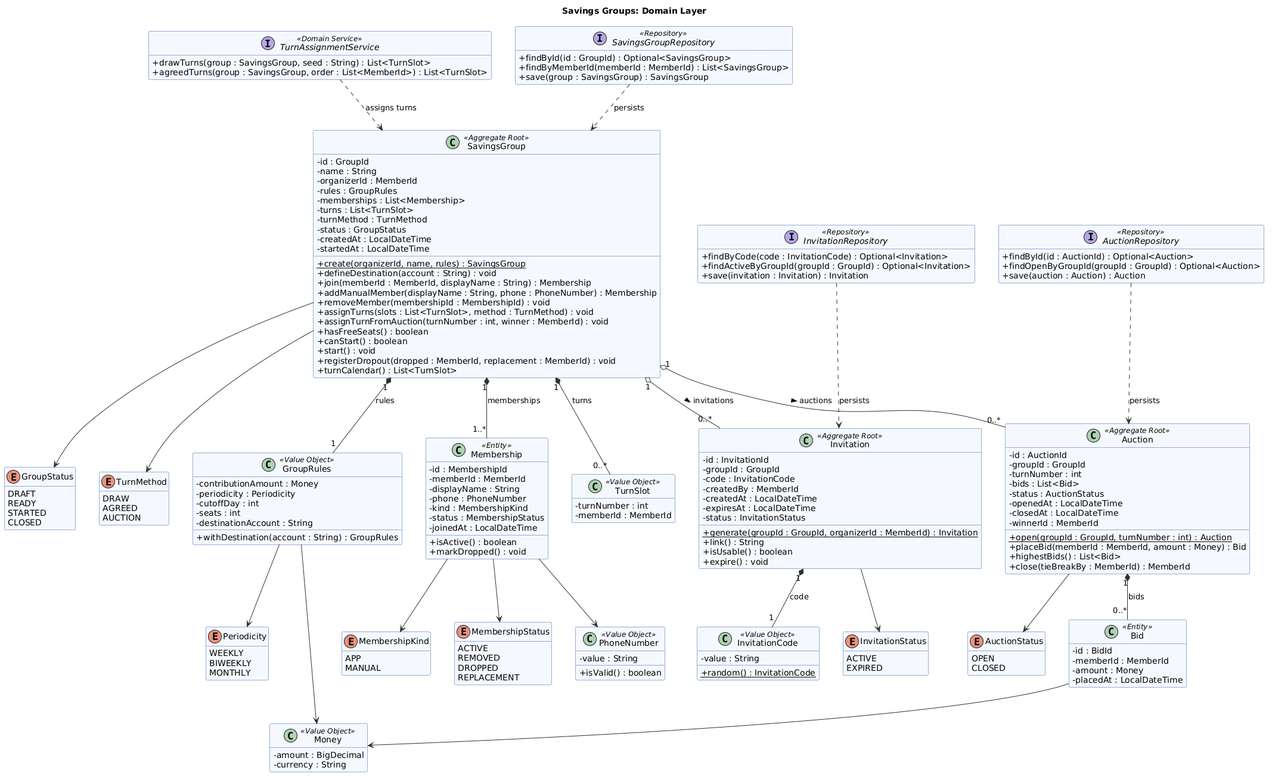
Above: docs/images/chapter_2/uml_savings_groups_domain.png in kerolabs/pozzo-doc (PlantUML), before the change. Its diagram source:
```plantuml
@startuml savings-groups-domain
title Savings Groups: Domain Layer

skinparam classAttributeIconSize 0
skinparam shadowing false
skinparam nodesep 40
skinparam ranksep 60
skinparam class {
  BackgroundColor #F5F9FF
  BorderColor #305BAB
  ArrowColor #313131
}
skinparam enum {
  BackgroundColor #FFFFFF
  BorderColor #8A8A7E
}
skinparam interface {
  BackgroundColor #FFFFFF
  BorderColor #8A8A7E
}
hide empty members

  class SavingsGroup <<Aggregate Root>> {
    - id : GroupId
    - name : String
    - organizerId : MemberId
    - rules : GroupRules
    - memberships : List<Membership>
    - turns : List<TurnSlot>
    - turnMethod : TurnMethod
    - status : GroupStatus
    - createdAt : LocalDateTime
    - startedAt : LocalDateTime
    + create(organizerId, name, rules) : SavingsGroup {static}
    + defineDestination(account : String) : void
    + join(memberId : MemberId, displayName : String) : Membership
    + addManualMember(displayName : String, phone : PhoneNumber) : Membership
    + removeMember(membershipId : MembershipId) : void
    + assignTurns(slots : List<TurnSlot>, method : TurnMethod) : void
    + assignTurnFromAuction(turnNumber : int, winner : MemberId) : void
    + hasFreeSeats() : boolean
    + canStart() : boolean
    + start() : void
    + registerDropout(dropped : MemberId, replacement : MemberId) : void
    + turnCalendar() : List<TurnSlot>
  }

  class Invitation <<Aggregate Root>> {
    - id : InvitationId
    - groupId : GroupId
    - code : InvitationCode
    - createdBy : MemberId
    - createdAt : LocalDateTime
    - expiresAt : LocalDateTime
    - status : InvitationStatus
    + generate(groupId : GroupId, organizerId : MemberId) : Invitation {static}
    + link() : String
    + isUsable() : boolean
    + expire() : void
  }

  class Auction <<Aggregate Root>> {
    - id : AuctionId
    - groupId : GroupId
    - turnNumber : int
    - bids : List<Bid>
    - status : AuctionStatus
    - openedAt : LocalDateTime
    - closedAt : LocalDateTime
    - winnerId : MemberId
    + open(groupId : GroupId, turnNumber : int) : Auction {static}
    + placeBid(memberId : MemberId, amount : Money) : Bid
    + highestBids() : List<Bid>
    + close(tieBreakBy : MemberId) : MemberId
  }

  class Membership <<Entity>> {
    - id : MembershipId
    - memberId : MemberId
    - displayName : String
    - phone : PhoneNumber
    - kind : MembershipKind
    - status : MembershipStatus
    - joinedAt : LocalDateTime
    + isActive() : boolean
    + markDropped() : void
  }

  class Bid <<Entity>> {
    - id : BidId
    - memberId : MemberId
    - amount : Money
    - placedAt : LocalDateTime
  }

  class GroupRules <<Value Object>> {
    - contributionAmount : Money
    - periodicity : Periodicity
    - cutoffDay : int
    - seats : int
    - destinationAccount : String
    + withDestination(account : String) : GroupRules
  }
  class TurnSlot <<Value Object>> {
    - turnNumber : int
    - memberId : MemberId
  }
  class InvitationCode <<Value Object>> {
    - value : String
    + random() : InvitationCode {static}
  }
  class PhoneNumber <<Value Object>> {
    - value : String
    + isValid() : boolean
  }
  class Money <<Value Object>> {
    - amount : BigDecimal
    - currency : String
  }

  enum GroupStatus {
    DRAFT
    READY
    STARTED
    CLOSED
  }
  enum MembershipKind {
    APP
    MANUAL
  }
  enum MembershipStatus {
    ACTIVE
    REMOVED
    DROPPED
    REPLACEMENT
  }
  enum TurnMethod {
    DRAW
    AGREED
    AUCTION
  }
  enum InvitationStatus {
    ACTIVE
    EXPIRED
  }
  enum AuctionStatus {
    OPEN
    CLOSED
  }
  enum Periodicity {
    WEEKLY
    BIWEEKLY
    MONTHLY
  }

  interface TurnAssignmentService <<Domain Service>> {
    + drawTurns(group : SavingsGroup, seed : String) : List<TurnSlot>
    + agreedTurns(group : SavingsGroup, order : List<MemberId>) : List<TurnSlot>
  }

  interface SavingsGroupRepository <<Repository>> {
    + findById(id : GroupId) : Optional<SavingsGroup>
    + findByMemberId(memberId : MemberId) : List<SavingsGroup>
    + save(group : SavingsGroup) : SavingsGroup
  }
  interface InvitationRepository <<Repository>> {
    + findByCode(code : InvitationCode) : Optional<Invitation>
    + findActiveByGroupId(groupId : GroupId) : Optional<Invitation>
    + save(invitation : Invitation) : Invitation
  }
  interface AuctionRepository <<Repository>> {
    + findById(id : AuctionId) : Optional<Auction>
    + findOpenByGroupId(groupId : GroupId) : Optional<Auction>
    + save(auction : Auction) : Auction
  }

SavingsGroup "1" *-- "1" GroupRules : rules
SavingsGroup "1" *-- "1..*" Membership : memberships
SavingsGroup "1" *-- "0..*" TurnSlot : turns
SavingsGroup "1" o-- "0..*" Invitation : invitations >
SavingsGroup "1" o-- "0..*" Auction : auctions >
Auction "1" *-- "0..*" Bid : bids
Invitation "1" *-- "1" InvitationCode : code
Membership --> PhoneNumber
Bid --> Money
GroupRules --> Money
GroupRules --> Periodicity
SavingsGroup --> GroupStatus
SavingsGroup --> TurnMethod
Membership --> MembershipKind
Membership --> MembershipStatus
Invitation --> InvitationStatus
Auction --> AuctionStatus

SavingsGroupRepository ..> SavingsGroup : persists
InvitationRepository ..> Invitation : persists
AuctionRepository ..> Auction : persists
TurnAssignmentService ..> SavingsGroup : assigns turns
@enduml
```
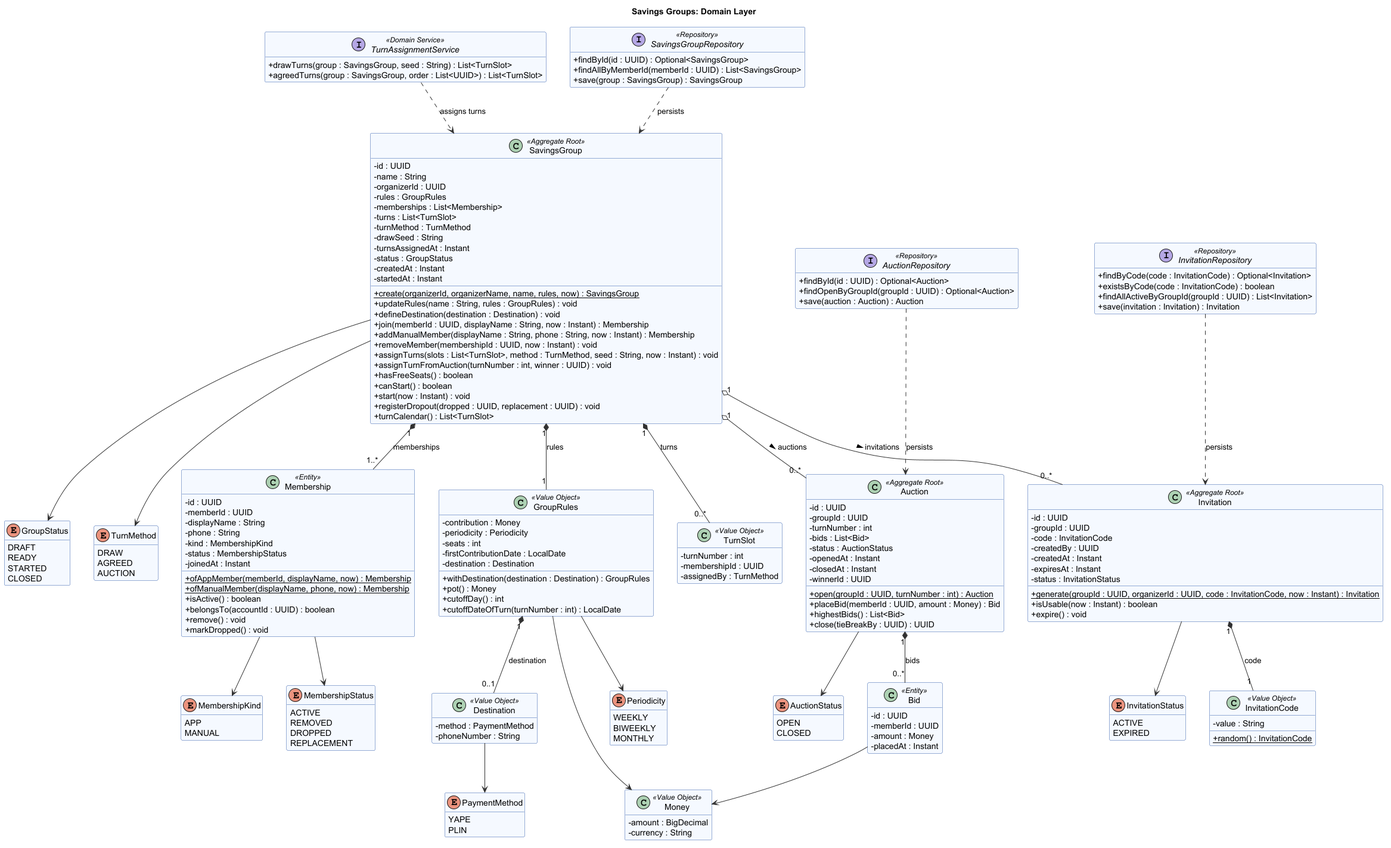
After the change.

Commit message:
fix: regenerate the class and database diagrams of chapter 2

What changed in the source:
```diff
@@ -21,97 +21,107 @@
 hide empty members
 
   class SavingsGroup <<Aggregate Root>> {
-    - id : GroupId
+    - id : UUID
     - name : String
-    - organizerId : MemberId
+    - organizerId : UUID
     - rules : GroupRules
     - memberships : List<Membership>
     - turns : List<TurnSlot>
     - turnMethod : TurnMethod
+    - drawSeed : String
+    - turnsAssignedAt : Instant
     - status : GroupStatus
-    - createdAt : LocalDateTime
-    - startedAt : LocalDateTime
-    + create(organizerId, name, rules) : SavingsGroup {static}
-    + defineDestination(account : String) : void
-    + join(memberId : MemberId, displayName : String) : Membership
-    + addManualMember(displayName : String, phone : PhoneNumber) : Membership
-    + removeMember(membershipId : MembershipId) : void
-    + assignTurns(slots : List<TurnSlot>, method : TurnMethod) : void
-    + assignTurnFromAuction(turnNumber : int, winner : MemberId) : void
+    - createdAt : Instant
+    - startedAt : Instant
+    + create(organizerId, organizerName, name, rules, now) : SavingsGroup {static}
+    + updateRules(name : String, rules : GroupRules) : void
+    + defineDestination(destination : Destination) : void
+    + join(memberId : UUID, displayName : String, now : Instant) : Membership
+    + addManualMember(displayName : String, phone : String, now : Instant) : Membership
+    + removeMember(membershipId : UUID, now : Instant) : void
+    + assignTurns(slots : List<TurnSlot>, method : TurnMethod, seed : String, now : Instant) : void
+    + assignTurnFromAuction(turnNumber : int, winner : UUID) : void
     + hasFreeSeats() : boolean
     + canStart() : boolean
-    + start() : void
-    + registerDropout(dropped : MemberId, replacement : MemberId) : void
+    + start(now : Instant) : void
+    + registerDropout(dropped : UUID, replacement : UUID) : void
     + turnCalendar() : List<TurnSlot>
   }
 
   class Invitation <<Aggregate Root>> {
-    - id : InvitationId
-    - groupId : GroupId
+    - id : UUID
+    - groupId : UUID
     - code : InvitationCode
-    - createdBy : MemberId
-    - createdAt : LocalDateTime
-    - expiresAt : LocalDateTime
+    - createdBy : UUID
+    - createdAt : Instant
+    - expiresAt : Instant
     - status : InvitationStatus
-    + generate(groupId : GroupId, organizerId : MemberId) : Invitation {static}
-    + link() : String
-    + isUsable() : boolean
+    + generate(groupId : UUID, organizerId : UUID, code : InvitationCode, now : Instant) : Invitation {static}
+    + isUsable(now : Instant) : boolean
     + expire() : void
   }
 
   class Auction <<Aggregate Root>> {
-    - id : AuctionId
-    - groupId : GroupId
+    - id : UUID
+    - groupId : UUID
     - turnNumber : int
     - bids : List<Bid>
     - status : AuctionStatus
-    - openedAt : LocalDateTime
-    - closedAt : LocalDateTime
-    - winnerId : MemberId
-    + open(groupId : GroupId, turnNumber : int) : Auction {static}
-    + placeBid(memberId : MemberId, amount : Money) : Bid
+    - openedAt : Instant
+    - closedAt : Instant
+    - winnerId : UUID
+    + open(groupId : UUID, turnNumber : int) : Auction {static}
+    + placeBid(memberId : UUID, amount : Money) : Bid
     + highestBids() : List<Bid>
-    + close(tieBreakBy : MemberId) : MemberId
+    + close(tieBreakBy : UUID) : UUID
   }
 
   class Membership <<Entity>> {
-    - id : MembershipId
-    - memberId : MemberId
+    - id : UUID
+    - memberId : UUID
     - displayName : String
-    - phone : PhoneNumber
+    - phone : String
     - kind : MembershipKind
     - status : MembershipStatus
-    - joinedAt : LocalDateTime
+    - joinedAt : Instant
+    + ofAppMember(memberId, displayName, now) : Membership {static}
+    + ofManualMember(displayName, phone, now) : Membership {static}
     + isActive() : boolean
+    + belongsTo(accountId : UUID) : boolean
+    + remove() : void
     + markDropped() : void
   }
 
   class Bid <<Entity>> {
-    - id : BidId
-    - memberId : MemberId
+    - id : UUID
+    - memberId : UUID
     - amount : Money
-    - placedAt : LocalDateTime
+    - placedAt : Instant
   }
 
   class GroupRules <<Value Object>> {
-    - contributionAmount : Money
+    - contribution : Money
     - periodicity : Periodicity
-    - cutoffDay : int
     - seats : int
-    - destinationAccount : String
-    + withDestination(account : String) : GroupRules
+    - firstContributionDate : LocalDate
+    - destination : Destination
+    + withDestination(destination : Destination) : GroupRules
+    + pot() : Money
+    + cutoffDay() : int
+    + cutoffDateOfTurn(turnNumber : int) : LocalDate
   }
   class TurnSlot <<Value Object>> {
     - turnNumber : int
-    - memberId : MemberId
+    - membershipId : UUID
+    - assignedBy : TurnMethod
   }
   class InvitationCode <<Value Object>> {
     - value : String
     + random() : InvitationCode {static}
   }
-  class PhoneNumber <<Value Object>> {
-    - value : String
-    + isValid() : boolean
+  class Destination <<Value Object>> {
+    - method : PaymentMethod
+    - phoneNumber : String
   }
   class Money <<Value Object>> {
     - amount : BigDecimal
@@ -143,6 +153,10 @@
     ACTIVE
     EXPIRED
   }
+  enum PaymentMethod {
+    YAPE
+    PLIN
+  }
   enum AuctionStatus {
     OPEN
     CLOSED
@@ -155,22 +169,23 @@
 
   interface TurnAssignmentService <<Domain Service>> {
     + drawTurns(group : SavingsGroup, seed : String) : List<TurnSlot>
-    + agreedTurns(group : SavingsGroup, order : List<MemberId>) : List<TurnSlot>
+    + agreedTurns(group : SavingsGroup, order : List<UUID>) : List<TurnSlot>
   }
 
   interface SavingsGroupRepository <<Repository>> {
-    + findById(id : GroupId) : Optional<SavingsGroup>
-    + findByMemberId(memberId : MemberId) : List<SavingsGroup>
+    + findById(id : UUID) : Optional<SavingsGroup>
+    + findAllByMemberId(memberId : UUID) : List<SavingsGroup>
     + save(group : SavingsGroup) : SavingsGroup
   }
   interface InvitationRepository <<Repository>> {
     + findByCode(code : InvitationCode) : Optional<Invitation>
-    + findActiveByGroupId(groupId : GroupId) : Optional<Invitation>
+    + existsByCode(code : InvitationCode) : boolean
+    + findAllActiveByGroupId(groupId : UUID) : List<Invitation>
     + save(invitation : Invitation) : Invitation
   }
   interface AuctionRepository <<Repository>> {
-    + findById(id : AuctionId) : Optional<Auction>
-    + findOpenByGroupId(groupId : GroupId) : Optional<Auction>
+    + findById(id : UUID) : Optional<Auction>
+    + findOpenByGroupId(groupId : UUID) : Optional<Auction>
     + save(auction : Auction) : Auction
   }
 
@@ -181,7 +196,8 @@
 SavingsGroup "1" o-- "0..*" Auction : auctions >
 Auction "1" *-- "0..*" Bid : bids
 Invitation "1" *-- "1" InvitationCode : code
-Membership --> PhoneNumber
+GroupRules "1" *-- "0..1" Destination : destination
+Destination --> PaymentMethod
 Bid --> Money
 GroupRules --> Money
 GroupRules --> Periodicity
```
